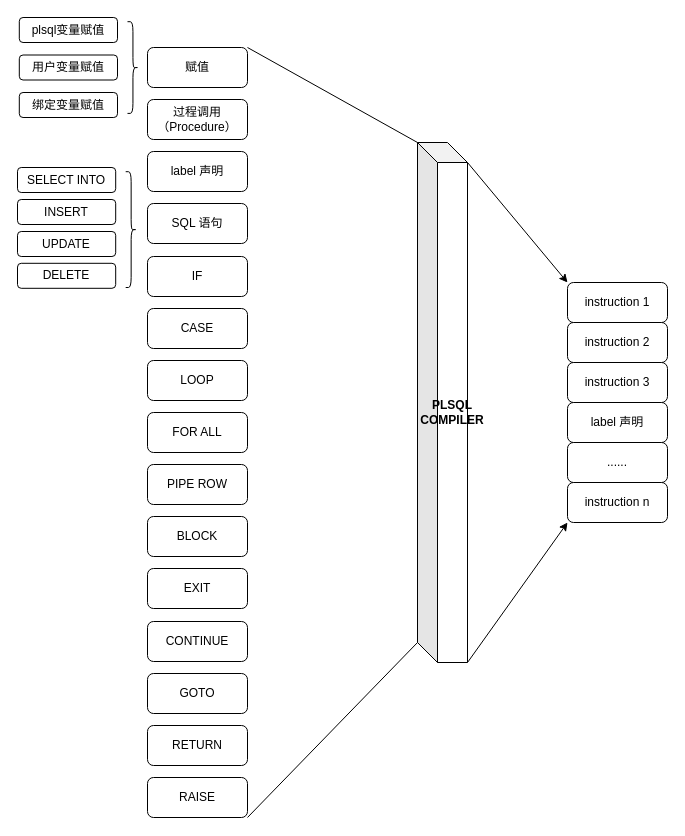
eeyyee/flowchart keeps this draw.io diagram as PLSQL instrs.drawio. Above is the earlier version. Source tidied: cells renumbered, new cells numbered last; positions are measured from the earlier drawing's top-left corner, leaving out a move shared by most shapes. Both pictures are drawn from the tidied source at 100%, with x=0, y=0 at pixel (17, 17).
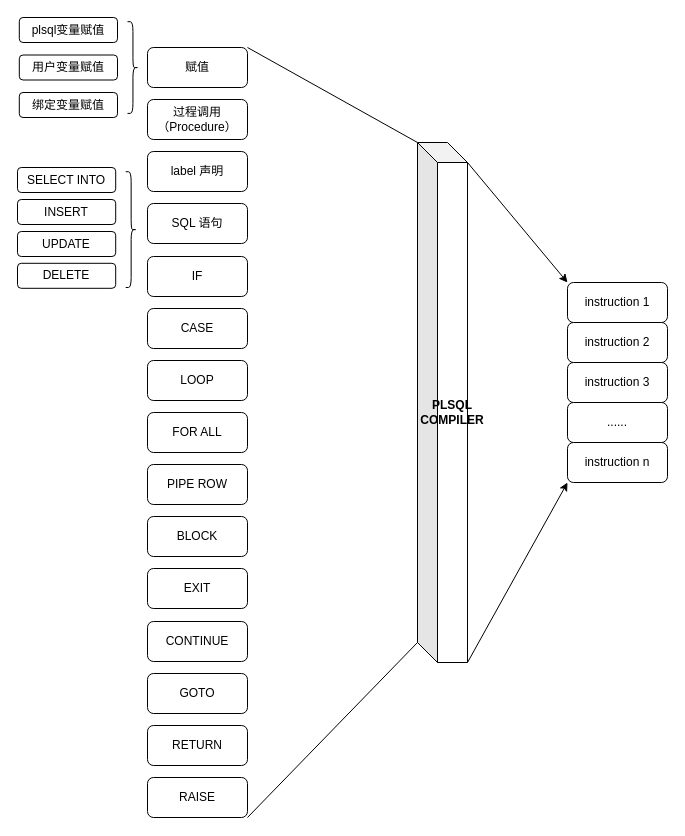
The same diagram, later.

Change to the diagram source:
```diff
@@
-    <mxCell id="28" value="label 声明" style="rounded=1;whiteSpace=wrap;html=1;" parent="1" vertex="1">
-      <mxGeometry x="550" y="385" width="100" height="40" as="geometry" />
-    </mxCell>
@@
     <mxCell id="31" value="......" style="rounded=1;whiteSpace=wrap;html=1;" parent="1" vertex="1">
-      <mxGeometry x="550" y="425" width="100" height="40" as="geometry" />
+      <mxGeometry x="550" y="385" width="100" height="40" as="geometry" />
     </mxCell>
     <mxCell id="32" value="instruction n" style="rounded=1;whiteSpace=wrap;html=1;" parent="1" vertex="1">
-      <mxGeometry x="550" y="465" width="100" height="40" as="geometry" />
+      <mxGeometry x="550" y="425" width="100" height="40" as="geometry" />
     </mxCell>
```
